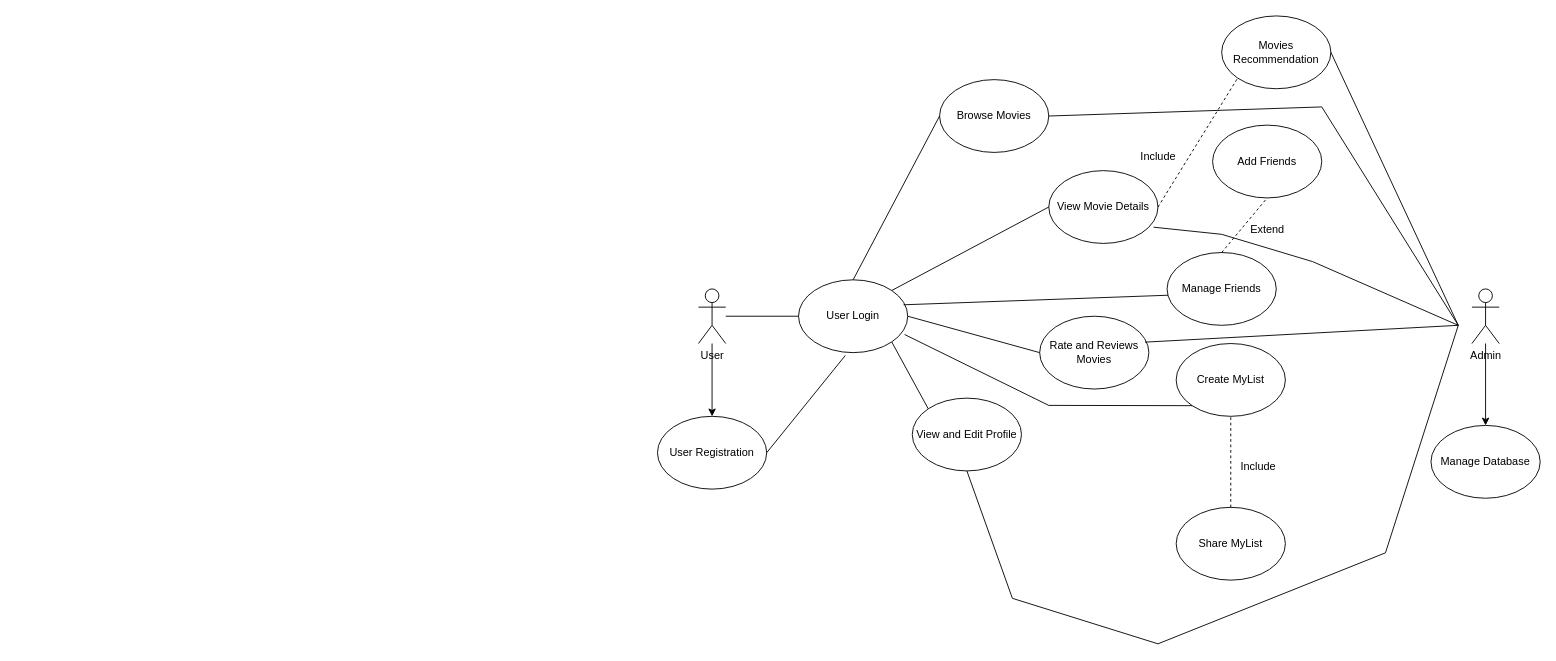
Earlier version of the draw.io diagram MovieList UCD.drawio (randyisalive/MovieList-FinalProject). Source tidied: cells renumbered, new cells numbered last; positions are measured from the earlier drawing's top-left corner, leaving out a move shared by most shapes. Both pictures are drawn from the tidied source at 91%, with x=0, y=0 at pixel (657, 15).
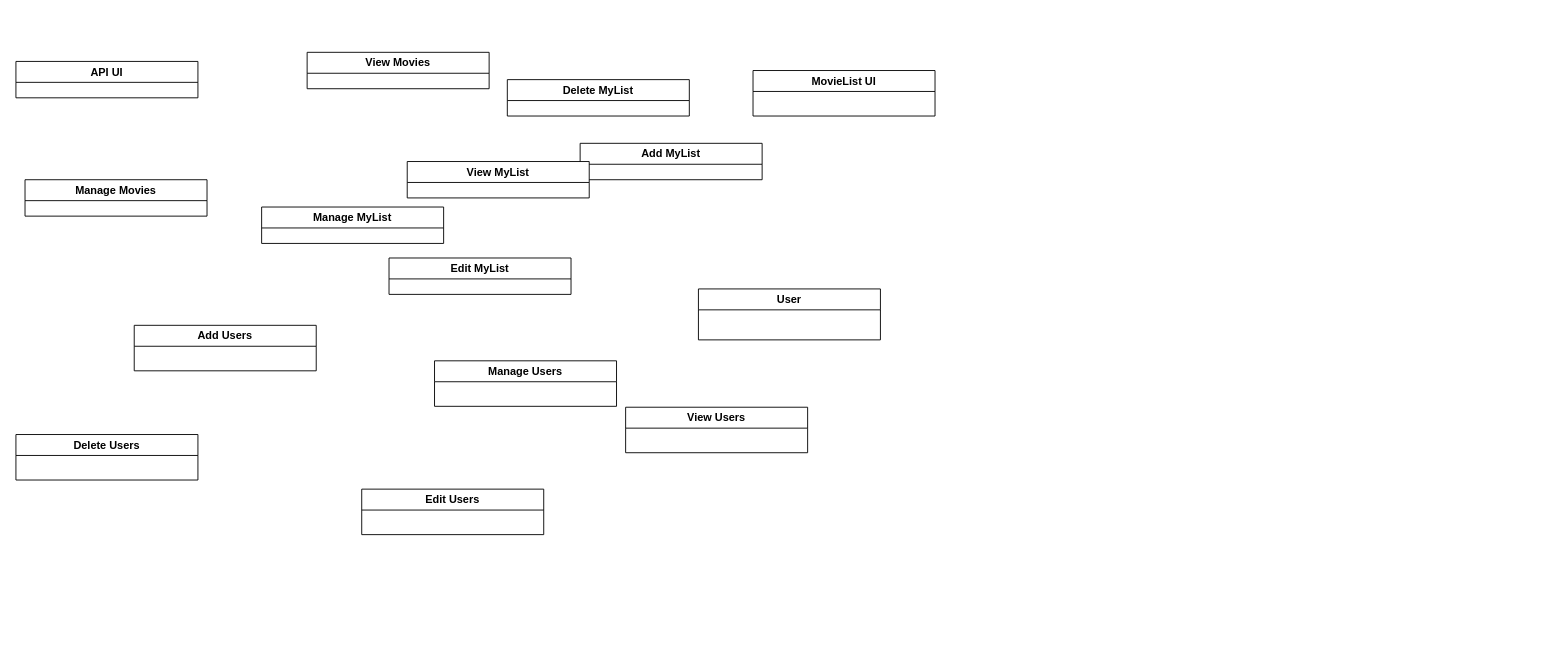
After the change.

The edit, as a diff of the source:
```diff
@@
-    <mxCell id="2" style="edgeStyle=orthogonalEdgeStyle;rounded=0;jettySize=auto;html=1;" parent="1" edge="1" source="3" target="5">
-      <mxGeometry relative="1" as="geometry" />
-    </mxCell>
+    <mxCell id="39" value="Manage Movies" style="swimlane;whiteSpace=wrap;html=1;" parent="1" vertex="1">
+      <mxGeometry x="-695" y="180" width="200" height="40" as="geometry" />
+    </mxCell>
+    <mxCell id="40" value="MovieList UI" style="swimlane;whiteSpace=wrap;html=1;" parent="1" vertex="1">
+      <mxGeometry x="105" y="60" width="200" height="50" as="geometry" />
+    </mxCell>
+    <mxCell id="41" value="API UI" style="swimlane;whiteSpace=wrap;html=1;" parent="1" vertex="1">
+      <mxGeometry x="-705" y="50" width="200" height="40" as="geometry" />
+    </mxCell>
-    <mxCell id="3" value="User" style="shape=umlActor;verticalLabelPosition=bottom;verticalAlign=top;html=1;outlineConnect=0;" parent="1" vertex="1">
-      <mxGeometry x="45" y="300" width="30" height="60" as="geometry" />
+    <mxCell id="3" value="User" style="swimlane;whiteSpace=wrap;html=1;" parent="1" vertex="1">
+      <mxGeometry x="45" y="300" width="200" height="56" as="geometry" />
     </mxCell>
-    <mxCell id="4" value="User Login" style="ellipse;whiteSpace=wrap;html=1;" parent="1" vertex="1">
-      <mxGeometry x="155" y="290" width="120" height="80" as="geometry" />
-    </mxCell>
-    <mxCell id="5" value="User Registration" style="ellipse;whiteSpace=wrap;html=1;" parent="1" vertex="1">
-      <mxGeometry y="440" width="120" height="80" as="geometry" />
-    </mxCell>
-    <mxCell id="6" value="Browse Movies" style="ellipse;whiteSpace=wrap;html=1;" parent="1" vertex="1">
-      <mxGeometry x="310" y="70" width="120" height="80" as="geometry" />
-    </mxCell>
-    <mxCell id="7" value="View Movie Details" style="ellipse;whiteSpace=wrap;html=1;" parent="1" vertex="1">
-      <mxGeometry x="430" y="170" width="120" height="80" as="geometry" />
-    </mxCell>
-    <mxCell id="8" value="Rate and Reviews Movies" style="ellipse;whiteSpace=wrap;html=1;" parent="1" vertex="1">
-      <mxGeometry x="420" y="330" width="120" height="80" as="geometry" />
-    </mxCell>
-    <mxCell id="9" value="Movies Recommendation" style="ellipse;whiteSpace=wrap;html=1;" parent="1" vertex="1">
-      <mxGeometry x="620" width="120" height="80" as="geometry" />
-    </mxCell>
-    <mxCell id="10" value="View and Edit Profile" style="ellipse;whiteSpace=wrap;html=1;" parent="1" vertex="1">
-      <mxGeometry x="280" y="420" width="120" height="80" as="geometry" />
-    </mxCell>
-    <mxCell id="11" style="endArrow=none;html=1;rounded=0;entryX=0;entryY=0.5;entryDx=0;entryDy=0;" parent="1" edge="1" source="3" target="4">
-      <mxGeometry relative="1" as="geometry" />
-    </mxCell>
-    <mxCell id="12" style="endArrow=none;html=1;rounded=0;entryX=0.429;entryY=1.038;entryDx=0;entryDy=0;entryPerimeter=0;exitX=1;exitY=0.5;exitDx=0;exitDy=0;" parent="1" edge="1" source="5" target="4">
-      <mxGeometry relative="1" as="geometry" />
-    </mxCell>
-    <mxCell id="13" style="group;" parent="1" vertex="1">
-      <mxGeometry x="570" y="360" width="120" height="260" as="geometry" />
-    </mxCell>
-    <mxCell id="14" value="Create MyList" style="ellipse;whiteSpace=wrap;html=1;" parent="13" vertex="1">
-      <mxGeometry width="120" height="80" as="geometry" />
-    </mxCell>
-    <mxCell id="15" value="Share MyList" style="ellipse;whiteSpace=wrap;html=1;" parent="13" vertex="1">
-      <mxGeometry y="180" width="120" height="80" as="geometry" />
-    </mxCell>
-    <mxCell id="16" style="endArrow=none;dashed=1;html=1;rounded=0;exitX=0.5;exitY=0;exitDx=0;exitDy=0;" parent="13" edge="1" source="15" target="14">
-      <mxGeometry relative="1" as="geometry" />
-    </mxCell>
-    <mxCell id="17" value="Include" style="text;html=1;align=center;verticalAlign=middle;strokeColor=none;fillColor=none;" parent="13" vertex="1">
-      <mxGeometry x="60" y="120" width="60" height="30" as="geometry" />
-    </mxCell>
-    <mxCell id="18" style="endArrow=none;html=1;rounded=0;entryX=0;entryY=0.5;entryDx=0;entryDy=0;exitX=0.5;exitY=0;exitDx=0;exitDy=0;" parent="1" edge="1" source="4" target="6">
-      <mxGeometry relative="1" as="geometry" />
-    </mxCell>
-    <mxCell id="19" style="endArrow=none;html=1;rounded=0;entryX=0;entryY=0.5;entryDx=0;entryDy=0;exitX=1;exitY=0;exitDx=0;exitDy=0;" parent="1" edge="1" source="4" target="7">
-      <mxGeometry relative="1" as="geometry" />
-    </mxCell>
-    <mxCell id="20" style="endArrow=none;html=1;rounded=0;entryX=0;entryY=0;entryDx=0;entryDy=0;exitX=1;exitY=1;exitDx=0;exitDy=0;" parent="1" edge="1" source="4" target="10">
-      <mxGeometry relative="1" as="geometry" />
-    </mxCell>
-    <mxCell id="21" style="endArrow=none;dashed=1;html=1;rounded=0;entryX=0;entryY=1;entryDx=0;entryDy=0;exitX=1;exitY=0.5;exitDx=0;exitDy=0;" parent="1" edge="1" source="7" target="9">
-      <mxGeometry relative="1" as="geometry" />
-    </mxCell>
-    <mxCell id="22" value="Include" style="text;html=1;align=center;verticalAlign=middle;strokeColor=none;fillColor=none;" parent="1" vertex="1">
-      <mxGeometry x="520" y="140" width="60" height="30" as="geometry" />
-    </mxCell>
-    <mxCell id="23" style="endArrow=none;html=1;rounded=0;entryX=0;entryY=0.5;entryDx=0;entryDy=0;exitX=1;exitY=0.5;exitDx=0;exitDy=0;" parent="1" edge="1" source="4" target="8">
-      <mxGeometry relative="1" as="geometry" />
-    </mxCell>
-    <mxCell id="24" style="endArrow=none;html=1;rounded=0;entryX=0.021;entryY=0.586;entryDx=0;entryDy=0;entryPerimeter=0;exitX=0.962;exitY=0.343;exitDx=0;exitDy=0;exitPerimeter=0;" parent="1" edge="1" source="4" target="26">
-      <mxGeometry relative="1" as="geometry" />
-    </mxCell>
-    <mxCell id="25" value="Add Friends" style="ellipse;whiteSpace=wrap;html=1;" parent="1" vertex="1">
-      <mxGeometry x="610" y="120" width="120" height="80" as="geometry" />
-    </mxCell>
-    <mxCell id="26" value="Manage Friends" style="ellipse;whiteSpace=wrap;html=1;" parent="1" vertex="1">
-      <mxGeometry x="560" y="260" width="120" height="80" as="geometry" />
-    </mxCell>
-    <mxCell id="27" style="endArrow=none;dashed=1;html=1;rounded=0;entryX=0.5;entryY=1;entryDx=0;entryDy=0;exitX=0.5;exitY=0;exitDx=0;exitDy=0;" parent="1" edge="1" source="26" target="25">
-      <mxGeometry relative="1" as="geometry" />
-    </mxCell>
-    <mxCell id="28" value="Extend" style="text;html=1;align=center;verticalAlign=middle;strokeColor=none;fillColor=none;" parent="1" vertex="1">
-      <mxGeometry x="640" y="220" width="60" height="30" as="geometry" />
-    </mxCell>
-    <mxCell id="29" style="group;" parent="1" vertex="1">
-      <mxGeometry x="850" y="300" width="120" height="230" as="geometry" />
-    </mxCell>
-    <mxCell id="30" value="Manage Database" style="ellipse;whiteSpace=wrap;html=1;" parent="29" vertex="1">
-      <mxGeometry y="150" width="120" height="80" as="geometry" />
-    </mxCell>
-    <mxCell id="31" style="edgeStyle=orthogonalEdgeStyle;rounded=0;jettySize=auto;html=1;" parent="29" edge="1" source="32" target="30">
-      <mxGeometry relative="1" as="geometry" />
-    </mxCell>
-    <mxCell id="32" value="Admin" style="shape=umlActor;verticalLabelPosition=bottom;verticalAlign=top;html=1;outlineConnect=0;" parent="29" vertex="1">
-      <mxGeometry x="45" width="30" height="60" as="geometry" />
-    </mxCell>
-    <mxCell id="33" style="endArrow=none;html=1;rounded=0;entryX=0;entryY=1;entryDx=0;entryDy=0;exitX=0.971;exitY=0.751;exitDx=0;exitDy=0;exitPerimeter=0;" parent="1" edge="1" source="4" target="14">
-      <mxGeometry relative="1" as="geometry">
-        <Array as="points">
-          <mxPoint x="430" y="428" />
-        </Array>
-      </mxGeometry>
-    </mxCell>
-    <mxCell id="34" style="endArrow=none;html=1;rounded=0;exitX=1;exitY=0.5;exitDx=0;exitDy=0;" parent="1" edge="1" source="9">
-      <mxGeometry relative="1" as="geometry">
-        <mxPoint x="880" y="340" as="targetPoint" />
-      </mxGeometry>
-    </mxCell>
-    <mxCell id="35" style="endArrow=none;html=1;rounded=0;exitX=0.964;exitY=0.356;exitDx=0;exitDy=0;exitPerimeter=0;" parent="1" edge="1" source="8">
-      <mxGeometry relative="1" as="geometry">
-        <mxPoint x="880" y="340" as="targetPoint" />
-      </mxGeometry>
-    </mxCell>
-    <mxCell id="36" style="endArrow=none;html=1;rounded=0;exitX=0.96;exitY=0.777;exitDx=0;exitDy=0;exitPerimeter=0;" parent="1" edge="1" source="7">
-      <mxGeometry relative="1" as="geometry">
-        <mxPoint x="880" y="340" as="targetPoint" />
-        <Array as="points">
-          <mxPoint x="620" y="240" />
-          <mxPoint x="720" y="270" />
-        </Array>
-      </mxGeometry>
-    </mxCell>
-    <mxCell id="37" style="endArrow=none;html=1;rounded=0;exitX=0.5;exitY=1;exitDx=0;exitDy=0;" parent="1" edge="1" source="10">
-      <mxGeometry relative="1" as="geometry">
-        <mxPoint x="880" y="340" as="targetPoint" />
-        <Array as="points">
-          <mxPoint x="390" y="640" />
-          <mxPoint x="550" y="690" />
-          <mxPoint x="800" y="590" />
-        </Array>
-      </mxGeometry>
-    </mxCell>
-    <mxCell id="38" style="endArrow=none;html=1;rounded=0;entryX=1;entryY=0.5;entryDx=0;entryDy=0;" parent="1" edge="1" target="6">
-      <mxGeometry relative="1" as="geometry">
-        <mxPoint x="880" y="340" as="sourcePoint" />
-        <Array as="points">
-          <mxPoint x="730" y="100" />
-        </Array>
-      </mxGeometry>
-    </mxCell>
+    <mxCell id="42" value="Manage Users" style="swimlane;whiteSpace=wrap;html=1;" parent="1" vertex="1">
+      <mxGeometry x="-245" y="379" width="200" height="50" as="geometry" />
+    </mxCell>
+    <mxCell id="43" value="Add Users" style="swimlane;whiteSpace=wrap;html=1;" parent="1" vertex="1">
+      <mxGeometry x="-575" y="340" width="200" height="50" as="geometry" />
+    </mxCell>
+    <mxCell id="44" value="Delete Users" style="swimlane;whiteSpace=wrap;html=1;" parent="1" vertex="1">
+      <mxGeometry x="-705" y="460" width="200" height="50" as="geometry" />
+    </mxCell>
+    <mxCell id="45" value="Edit Users" style="swimlane;whiteSpace=wrap;html=1;" parent="1" vertex="1">
+      <mxGeometry x="-325" y="520" width="200" height="50" as="geometry" />
+    </mxCell>
+    <mxCell id="46" value="View Users" style="swimlane;whiteSpace=wrap;html=1;" parent="1" vertex="1">
+      <mxGeometry x="-35" y="430" width="200" height="50" as="geometry" />
+    </mxCell>
+    <mxCell id="47" value="View Movies" style="swimlane;whiteSpace=wrap;html=1;" parent="1" vertex="1">
+      <mxGeometry x="-385" y="40" width="200" height="40" as="geometry" />
+    </mxCell>
+    <mxCell id="48" value="Manage MyList" style="swimlane;whiteSpace=wrap;html=1;startSize=23;" parent="1" vertex="1">
+      <mxGeometry x="-435" y="210" width="200" height="40" as="geometry" />
+    </mxCell>
+    <mxCell id="49" value="Delete MyList" style="swimlane;whiteSpace=wrap;html=1;startSize=23;" parent="1" vertex="1">
+      <mxGeometry x="-165" y="70" width="200" height="40" as="geometry" />
+    </mxCell>
+    <mxCell id="50" value="Add MyList" style="swimlane;whiteSpace=wrap;html=1;startSize=23;" parent="1" vertex="1">
+      <mxGeometry x="-85" y="140" width="200" height="40" as="geometry" />
+    </mxCell>
+    <mxCell id="51" value="Edit MyList" style="swimlane;whiteSpace=wrap;html=1;startSize=23;" parent="1" vertex="1">
+      <mxGeometry x="-295" y="266" width="200" height="40" as="geometry" />
+    </mxCell>
+    <mxCell id="52" value="View MyList" style="swimlane;whiteSpace=wrap;html=1;startSize=23;" parent="1" vertex="1">
+      <mxGeometry x="-275" y="160" width="200" height="40" as="geometry" />
+    </mxCell>
```
